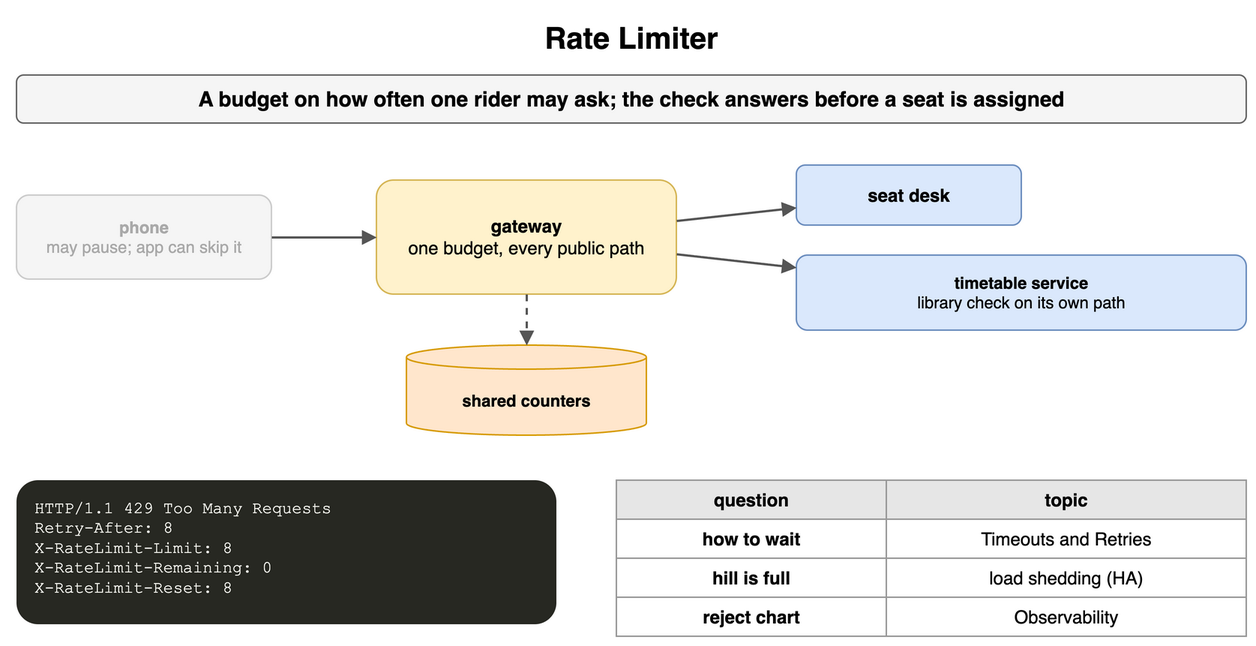
Earlier version of the draw.io export content/09_System_Design_Interview/17_Rate_Limiting_and_Throttling/diagrams/rate-limiting-1-rate-limiter.png (amendez13/swe-study-guide). Source tidied: cells renumbered, new cells last; positions are measured from the earlier drawing's top-left corner, leaving out a move shared by most shapes. The source it was exported from:
```xml
<mxGraphModel>
  <root>
    <mxCell id="0" />
    <mxCell id="1" parent="0" />
    <mxCell id="2" value="Rate Limiter" style="text;html=1;align=center;verticalAlign=middle;whiteSpace=wrap;fontSize=20;fontStyle=1;" parent="1" vertex="1">
      <mxGeometry width="820" height="30" as="geometry" />
    </mxCell>
    <mxCell id="3" value="A budget on how often one rider may ask; the check answers before a seat is assigned" style="rounded=1;whiteSpace=wrap;html=1;fillColor=#f5f5f5;strokeColor=#666666;fontStyle=1;fontSize=14;" parent="1" vertex="1">
      <mxGeometry y="40" width="820" height="32" as="geometry" />
    </mxCell>
    <mxCell id="4" value="phone&lt;br&gt;&lt;span style='font-weight:normal'&gt;may pause; app can skip it&lt;/span&gt;" style="rounded=1;whiteSpace=wrap;html=1;fillColor=#f5f5f5;strokeColor=#cccccc;fontSize=11;align=center;fontStyle=1;fontColor=#aaaaaa;" parent="1" vertex="1">
      <mxGeometry y="120" width="170" height="56" as="geometry" />
    </mxCell>
    <mxCell id="5" value="gateway&lt;br&gt;&lt;span style='font-weight:normal'&gt;one budget, every public path&lt;/span&gt;" style="rounded=1;whiteSpace=wrap;html=1;fillColor=#fff2cc;strokeColor=#d6b656;fontSize=12;align=center;fontStyle=1;" parent="1" vertex="1">
      <mxGeometry x="240" y="110" width="200" height="76" as="geometry" />
    </mxCell>
    <mxCell id="6" value="shared counters" style="shape=cylinder3;whiteSpace=wrap;html=1;boundedLbl=1;backgroundOutline=1;size=8;fillColor=#ffe6cc;strokeColor=#d79b00;fontStyle=1;fontSize=11;" parent="1" vertex="1">
      <mxGeometry x="260" y="220" width="160" height="60" as="geometry" />
    </mxCell>
    <mxCell id="7" value="seat desk" style="rounded=1;whiteSpace=wrap;html=1;fillColor=#dae8fc;strokeColor=#6c8ebf;fontSize=12;align=center;fontStyle=1;" parent="1" vertex="1">
      <mxGeometry x="520" y="100" width="150" height="40" as="geometry" />
    </mxCell>
    <mxCell id="8" value="timetable service&lt;br&gt;&lt;span style='font-weight:normal'&gt;library check on its own path&lt;/span&gt;" style="rounded=1;whiteSpace=wrap;html=1;fillColor=#dae8fc;strokeColor=#6c8ebf;fontSize=11;align=center;fontStyle=1;" parent="1" vertex="1">
      <mxGeometry x="520" y="160" width="300" height="50" as="geometry" />
    </mxCell>
    <mxCell id="9" style="endArrow=block;endSize=6;html=1;strokeWidth=1.5;strokeColor=#555555;fontSize=11;labelBackgroundColor=#ffffff;" parent="1" edge="1" source="4" target="5">
      <mxGeometry relative="1" as="geometry" />
    </mxCell>
    <mxCell id="10" style="endArrow=block;endSize=6;html=1;strokeWidth=1.5;strokeColor=#555555;fontSize=11;labelBackgroundColor=#ffffff;dashed=1;" parent="1" edge="1" source="5" target="6">
      <mxGeometry relative="1" as="geometry" />
    </mxCell>
    <mxCell id="11" style="endArrow=block;endSize=6;html=1;strokeWidth=1.5;strokeColor=#555555;fontSize=11;labelBackgroundColor=#ffffff;" parent="1" edge="1" source="5" target="7">
      <mxGeometry relative="1" as="geometry" />
    </mxCell>
    <mxCell id="12" style="endArrow=block;endSize=6;html=1;strokeWidth=1.5;strokeColor=#555555;fontSize=11;labelBackgroundColor=#ffffff;" parent="1" edge="1" source="5" target="8">
      <mxGeometry relative="1" as="geometry" />
    </mxCell>
    <mxCell id="13" value="HTTP/1.1&amp;nbsp;429&amp;nbsp;Too&amp;nbsp;Many&amp;nbsp;Requests&lt;br&gt;Retry-After:&amp;nbsp;8&lt;br&gt;X-RateLimit-Limit:&amp;nbsp;8&lt;br&gt;X-RateLimit-Remaining:&amp;nbsp;0&lt;br&gt;X-RateLimit-Reset:&amp;nbsp;8" style="rounded=1;whiteSpace=wrap;html=1;align=left;verticalAlign=top;spacingLeft=10;spacingTop=6;fontFamily=Courier New;fontSize=11;fillColor=#272822;fontColor=#f8f8f2;strokeColor=none;" parent="1" vertex="1">
      <mxGeometry y="310" width="360" height="96" as="geometry" />
    </mxCell>
    <mxCell id="14" value="question" style="whiteSpace=wrap;html=1;fillColor=#e6e6e6;strokeColor=#999999;fontStyle=1;fontSize=12;" parent="1" vertex="1">
      <mxGeometry x="400" y="310" width="180" height="26" as="geometry" />
    </mxCell>
    <mxCell id="15" value="topic" style="whiteSpace=wrap;html=1;fillColor=#e6e6e6;strokeColor=#999999;fontStyle=1;fontSize=12;" parent="1" vertex="1">
      <mxGeometry x="580" y="310" width="240" height="26" as="geometry" />
    </mxCell>
    <mxCell id="16" value="how to wait" style="whiteSpace=wrap;html=1;strokeColor=#999999;fontSize=12;fillColor=#ffffff;fontStyle=1;" parent="1" vertex="1">
      <mxGeometry x="400" y="336" width="180" height="26" as="geometry" />
    </mxCell>
    <mxCell id="17" value="Timeouts and Retries" style="whiteSpace=wrap;html=1;strokeColor=#999999;fontSize=12;fillColor=#ffffff;" parent="1" vertex="1">
      <mxGeometry x="580" y="336" width="240" height="26" as="geometry" />
    </mxCell>
    <mxCell id="18" value="hill is full" style="whiteSpace=wrap;html=1;strokeColor=#999999;fontSize=12;fillColor=#ffffff;fontStyle=1;" parent="1" vertex="1">
      <mxGeometry x="400" y="362" width="180" height="26" as="geometry" />
    </mxCell>
    <mxCell id="19" value="load shedding (HA)" style="whiteSpace=wrap;html=1;strokeColor=#999999;fontSize=12;fillColor=#ffffff;" parent="1" vertex="1">
      <mxGeometry x="580" y="362" width="240" height="26" as="geometry" />
    </mxCell>
    <mxCell id="20" value="reject chart" style="whiteSpace=wrap;html=1;strokeColor=#999999;fontSize=12;fillColor=#ffffff;fontStyle=1;" parent="1" vertex="1">
      <mxGeometry x="400" y="388" width="180" height="26" as="geometry" />
    </mxCell>
    <mxCell id="21" value="Observability" style="whiteSpace=wrap;html=1;strokeColor=#999999;fontSize=12;fillColor=#ffffff;" parent="1" vertex="1">
      <mxGeometry x="580" y="388" width="240" height="26" as="geometry" />
    </mxCell>
  </root>
</mxGraphModel>
```
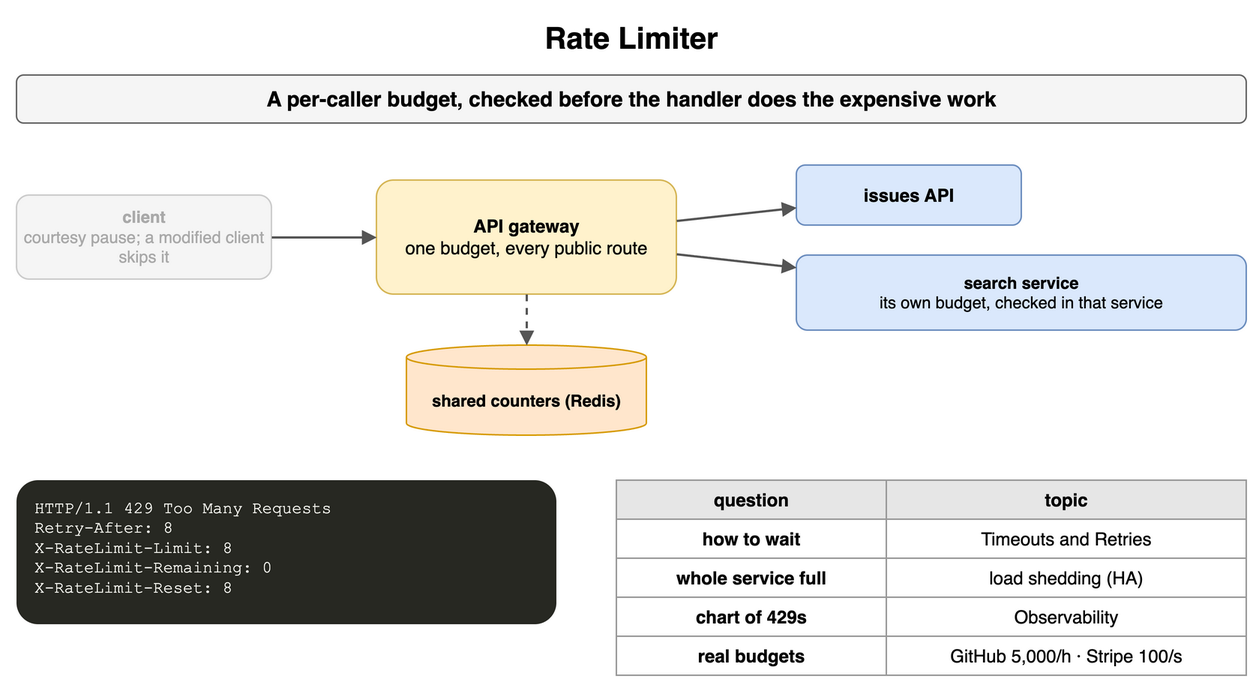
Later version of the same file.

Diff of the diagram source:
```diff
@@ -5,22 +5,22 @@
     <mxCell id="2" value="Rate Limiter" style="text;html=1;align=center;verticalAlign=middle;whiteSpace=wrap;fontSize=20;fontStyle=1;" parent="1" vertex="1">
       <mxGeometry width="820" height="30" as="geometry" />
     </mxCell>
-    <mxCell id="3" value="A budget on how often one rider may ask; the check answers before a seat is assigned" style="rounded=1;whiteSpace=wrap;html=1;fillColor=#f5f5f5;strokeColor=#666666;fontStyle=1;fontSize=14;" parent="1" vertex="1">
+    <mxCell id="3" value="A per-caller budget, checked before the handler does the expensive work" style="rounded=1;whiteSpace=wrap;html=1;fillColor=#f5f5f5;strokeColor=#666666;fontStyle=1;fontSize=14;" parent="1" vertex="1">
       <mxGeometry y="40" width="820" height="32" as="geometry" />
     </mxCell>
-    <mxCell id="4" value="phone&lt;br&gt;&lt;span style='font-weight:normal'&gt;may pause; app can skip it&lt;/span&gt;" style="rounded=1;whiteSpace=wrap;html=1;fillColor=#f5f5f5;strokeColor=#cccccc;fontSize=11;align=center;fontStyle=1;fontColor=#aaaaaa;" parent="1" vertex="1">
+    <mxCell id="4" value="client&lt;br&gt;&lt;span style='font-weight:normal'&gt;courtesy pause; a modified client skips it&lt;/span&gt;" style="rounded=1;whiteSpace=wrap;html=1;fillColor=#f5f5f5;strokeColor=#cccccc;fontSize=11;align=center;fontStyle=1;fontColor=#aaaaaa;" parent="1" vertex="1">
       <mxGeometry y="120" width="170" height="56" as="geometry" />
     </mxCell>
-    <mxCell id="5" value="gateway&lt;br&gt;&lt;span style='font-weight:normal'&gt;one budget, every public path&lt;/span&gt;" style="rounded=1;whiteSpace=wrap;html=1;fillColor=#fff2cc;strokeColor=#d6b656;fontSize=12;align=center;fontStyle=1;" parent="1" vertex="1">
+    <mxCell id="5" value="API gateway&lt;br&gt;&lt;span style='font-weight:normal'&gt;one budget, every public route&lt;/span&gt;" style="rounded=1;whiteSpace=wrap;html=1;fillColor=#fff2cc;strokeColor=#d6b656;fontSize=12;align=center;fontStyle=1;" parent="1" vertex="1">
       <mxGeometry x="240" y="110" width="200" height="76" as="geometry" />
     </mxCell>
-    <mxCell id="6" value="shared counters" style="shape=cylinder3;whiteSpace=wrap;html=1;boundedLbl=1;backgroundOutline=1;size=8;fillColor=#ffe6cc;strokeColor=#d79b00;fontStyle=1;fontSize=11;" parent="1" vertex="1">
+    <mxCell id="6" value="shared counters (Redis)" style="shape=cylinder3;whiteSpace=wrap;html=1;boundedLbl=1;backgroundOutline=1;size=8;fillColor=#ffe6cc;strokeColor=#d79b00;fontStyle=1;fontSize=11;" parent="1" vertex="1">
       <mxGeometry x="260" y="220" width="160" height="60" as="geometry" />
     </mxCell>
-    <mxCell id="7" value="seat desk" style="rounded=1;whiteSpace=wrap;html=1;fillColor=#dae8fc;strokeColor=#6c8ebf;fontSize=12;align=center;fontStyle=1;" parent="1" vertex="1">
+    <mxCell id="7" value="issues API" style="rounded=1;whiteSpace=wrap;html=1;fillColor=#dae8fc;strokeColor=#6c8ebf;fontSize=12;align=center;fontStyle=1;" parent="1" vertex="1">
       <mxGeometry x="520" y="100" width="150" height="40" as="geometry" />
     </mxCell>
-    <mxCell id="8" value="timetable service&lt;br&gt;&lt;span style='font-weight:normal'&gt;library check on its own path&lt;/span&gt;" style="rounded=1;whiteSpace=wrap;html=1;fillColor=#dae8fc;strokeColor=#6c8ebf;fontSize=11;align=center;fontStyle=1;" parent="1" vertex="1">
+    <mxCell id="8" value="search service&lt;br&gt;&lt;span style='font-weight:normal'&gt;its own budget, checked in that service&lt;/span&gt;" style="rounded=1;whiteSpace=wrap;html=1;fillColor=#dae8fc;strokeColor=#6c8ebf;fontSize=11;align=center;fontStyle=1;" parent="1" vertex="1">
       <mxGeometry x="520" y="160" width="300" height="50" as="geometry" />
     </mxCell>
     <mxCell id="9" style="endArrow=block;endSize=6;html=1;strokeWidth=1.5;strokeColor=#555555;fontSize=11;labelBackgroundColor=#ffffff;" parent="1" edge="1" source="4" target="5">
@@ -50,17 +50,23 @@
     <mxCell id="17" value="Timeouts and Retries" style="whiteSpace=wrap;html=1;strokeColor=#999999;fontSize=12;fillColor=#ffffff;" parent="1" vertex="1">
       <mxGeometry x="580" y="336" width="240" height="26" as="geometry" />
     </mxCell>
-    <mxCell id="18" value="hill is full" style="whiteSpace=wrap;html=1;strokeColor=#999999;fontSize=12;fillColor=#ffffff;fontStyle=1;" parent="1" vertex="1">
+    <mxCell id="18" value="whole service full" style="whiteSpace=wrap;html=1;strokeColor=#999999;fontSize=12;fillColor=#ffffff;fontStyle=1;" parent="1" vertex="1">
       <mxGeometry x="400" y="362" width="180" height="26" as="geometry" />
     </mxCell>
     <mxCell id="19" value="load shedding (HA)" style="whiteSpace=wrap;html=1;strokeColor=#999999;fontSize=12;fillColor=#ffffff;" parent="1" vertex="1">
       <mxGeometry x="580" y="362" width="240" height="26" as="geometry" />
     </mxCell>
-    <mxCell id="20" value="reject chart" style="whiteSpace=wrap;html=1;strokeColor=#999999;fontSize=12;fillColor=#ffffff;fontStyle=1;" parent="1" vertex="1">
+    <mxCell id="20" value="chart of 429s" style="whiteSpace=wrap;html=1;strokeColor=#999999;fontSize=12;fillColor=#ffffff;fontStyle=1;" parent="1" vertex="1">
       <mxGeometry x="400" y="388" width="180" height="26" as="geometry" />
     </mxCell>
     <mxCell id="21" value="Observability" style="whiteSpace=wrap;html=1;strokeColor=#999999;fontSize=12;fillColor=#ffffff;" parent="1" vertex="1">
       <mxGeometry x="580" y="388" width="240" height="26" as="geometry" />
     </mxCell>
+    <mxCell id="22" value="real budgets" style="whiteSpace=wrap;html=1;strokeColor=#999999;fontSize=12;fillColor=#ffffff;fontStyle=1;" parent="1" vertex="1">
+      <mxGeometry x="400" y="414" width="180" height="26" as="geometry" />
+    </mxCell>
+    <mxCell id="23" value="GitHub 5,000/h · Stripe 100/s" style="whiteSpace=wrap;html=1;strokeColor=#999999;fontSize=12;fillColor=#ffffff;" parent="1" vertex="1">
+      <mxGeometry x="580" y="414" width="240" height="26" as="geometry" />
+    </mxCell>
   </root>
 </mxGraphModel>
```
